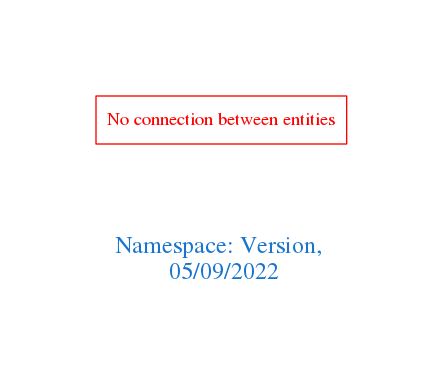
Above: downloads/Version.png in arago/OGIT (Graphviz), before the change. Its source is kept beside it as downloads/Version.dot. The source it was exported from:
```dot
digraph OGIT_ontology {
 graph [ rankdir= LR,pad=1
fontsize = 18,
fontcolor= dodgerblue3,label = "\n\n\nNamespace: Version, \n 05/09/2022"];
node[shape=polygon];
edge [  color="gray81"];

"No connection between entities" [fontcolor = "red",color="red", shape="polygon"]
}
```
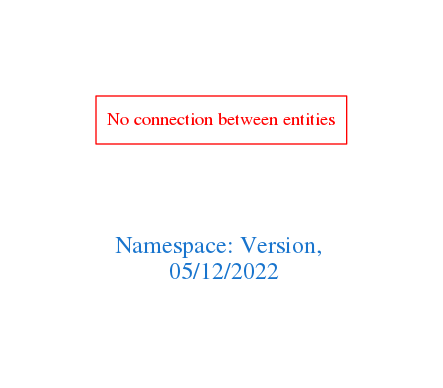
Above is the later version.

What changed in the source:
```diff
@@ -1,7 +1,7 @@
 digraph OGIT_ontology {
  graph [ rankdir= LR,pad=1
 fontsize = 18,
-fontcolor= dodgerblue3,label = "\n\n\nNamespace: Version, \n 05/09/2022"];
+fontcolor= dodgerblue3,label = "\n\n\nNamespace: Version, \n 05/12/2022"];
 node[shape=polygon];
 edge [  color="gray81"];
 
```
